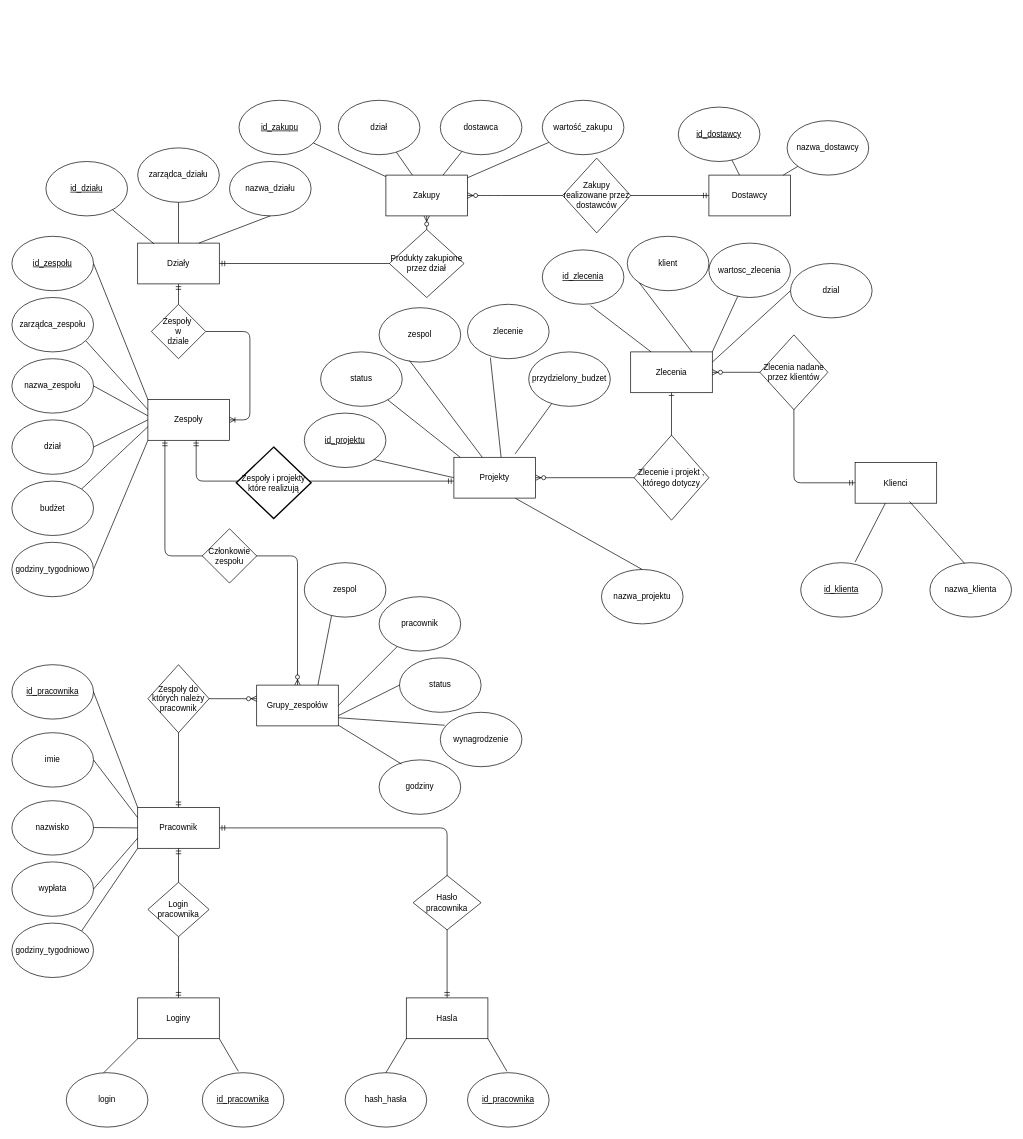
Before: ER_diagram.drawio in Cebulllaaa/Bazy, a draw.io diagram. Source tidied: cells renumbered, new cells numbered last; positions are measured from the earlier drawing's top-left corner, leaving out a move shared by most shapes. Both pictures are drawn from the tidied source at 68%, with x=0, y=0 at pixel (12, 100).
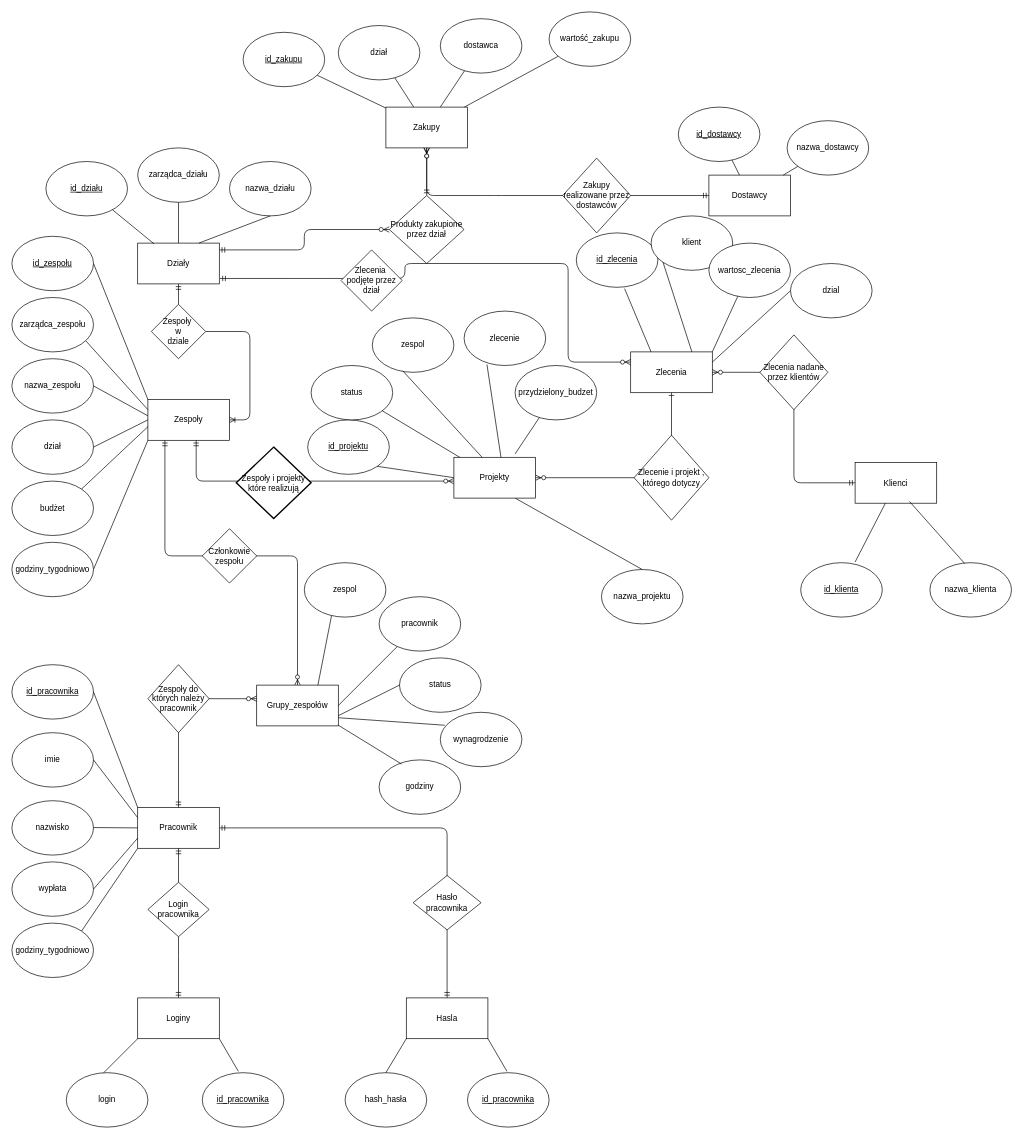
The same diagram, later.

The change refers to these unchanged cells:
```xml
<mxCell id="2" value="Działy" style="rounded=0;whiteSpace=wrap;html=1;" parent="1" vertex="1">
  <mxGeometry x="185" y="210" width="120" height="60" as="geometry" />
</mxCell>
<mxCell id="9" value="Zespoły" style="rounded=0;whiteSpace=wrap;html=1;" parent="1" vertex="1">
  <mxGeometry x="200" y="440" width="120" height="60" as="geometry" />
</mxCell>
<mxCell id="33" value="Zlecenia" style="rounded=0;whiteSpace=wrap;html=1;" parent="1" vertex="1">
  <mxGeometry x="910" y="370" width="120" height="60" as="geometry" />
</mxCell>
<mxCell id="51" value="Projekty" style="rounded=0;whiteSpace=wrap;html=1;" parent="1" vertex="1">
  <mxGeometry x="650" y="525" width="120" height="60" as="geometry" />
</mxCell>
```

What changed in the source:
```diff
@@
     <mxCell id="23" value="&lt;u&gt;id_projektu&lt;/u&gt;" style="ellipse;whiteSpace=wrap;html=1;" parent="1" vertex="1">
-      <mxGeometry x="430" y="460" width="120" height="80" as="geometry" />
+      <mxGeometry x="435" y="470" width="120" height="80" as="geometry" />
     </mxCell>
@@
     <mxCell id="27" value="zlecenie" style="ellipse;whiteSpace=wrap;html=1;" parent="1" vertex="1">
-      <mxGeometry x="670" y="300" width="120" height="80" as="geometry" />
+      <mxGeometry x="665" y="310" width="120" height="80" as="geometry" />
     </mxCell>
-    <mxCell id="28" style="edgeStyle=orthogonalEdgeStyle;fontSize=12;html=1;endArrow=ERmandOne;startArrow=ERmandOne;endFill=0;" parent="1" edge="1" source="51" target="9">
+    <mxCell id="28" style="edgeStyle=orthogonalEdgeStyle;fontSize=12;html=1;endArrow=ERmandOne;startArrow=ERzeroToMany;endFill=0;startFill=1;" parent="1" edge="1" source="51" target="9">
       <mxGeometry relative="1" as="geometry">
         <Array as="points">
           <mxPoint x="271" y="560" />
         </Array>
       </mxGeometry>
     </mxCell>
@@
     <mxCell id="30" value="zespol" style="ellipse;whiteSpace=wrap;html=1;" parent="1" vertex="1">
-      <mxGeometry x="540" y="305" width="120" height="80" as="geometry" />
+      <mxGeometry x="530" y="320" width="120" height="80" as="geometry" />
     </mxCell>
@@
     <mxCell id="34" value="status" style="ellipse;whiteSpace=wrap;html=1;" parent="1" vertex="1">
-      <mxGeometry x="454" y="370" width="120" height="80" as="geometry" />
+      <mxGeometry x="440" y="390" width="120" height="80" as="geometry" />
     </mxCell>
@@
     <mxCell id="38" value="&lt;u&gt;id_zlecenia&lt;/u&gt;" style="ellipse;whiteSpace=wrap;html=1;" parent="1" vertex="1">
-      <mxGeometry x="780" y="220" width="120" height="80" as="geometry" />
+      <mxGeometry x="830" y="195" width="120" height="80" as="geometry" />
     </mxCell>
@@
     <mxCell id="40" value="klient" style="ellipse;whiteSpace=wrap;html=1;" parent="1" vertex="1">
-      <mxGeometry x="905" y="200" width="120" height="80" as="geometry" />
+      <mxGeometry x="940" y="170" width="120" height="80" as="geometry" />
     </mxCell>
@@
     <mxCell id="94" value="przydzielony_budzet" style="ellipse;whiteSpace=wrap;html=1;" parent="1" vertex="1">
-      <mxGeometry x="760" y="370" width="120" height="80" as="geometry" />
+      <mxGeometry x="740" y="390" width="120" height="80" as="geometry" />
     </mxCell>
@@
     <mxCell id="96" value="Zakupy" style="rounded=0;whiteSpace=wrap;html=1;" parent="1" vertex="1">
-      <mxGeometry x="550" y="110" width="120" height="60" as="geometry" />
+      <mxGeometry x="550" y="10" width="120" height="60" as="geometry" />
     </mxCell>
-    <mxCell id="97" style="edgeStyle=orthogonalEdgeStyle;fontSize=12;html=1;endArrow=ERzeroToMany;endFill=1;startArrow=ERmandOne;startFill=0;" parent="1" edge="1" source="2" target="96">
+    <mxCell id="97" style="edgeStyle=orthogonalEdgeStyle;fontSize=12;html=1;endArrow=ERzeroToMany;endFill=1;startArrow=ERmandOne;startFill=0;" parent="1" edge="1" source="98" target="96">
       <mxGeometry relative="1" as="geometry">
         <Array as="points">
           <mxPoint x="610" y="240" />
         </Array>
       </mxGeometry>
     </mxCell>
-    <mxCell id="98" value="&lt;div&gt;Produkty zakupione&lt;/div&gt;&lt;div&gt;przez dział&lt;br&gt;&lt;/div&gt;" style="rhombus;whiteSpace=wrap;html=1;rounded=0;" parent="1" vertex="1">
-      <mxGeometry x="555" y="190" width="110" height="100" as="geometry" />
-    </mxCell>
@@
     <mxCell id="106" value="&lt;u&gt;id_zakupu&lt;/u&gt;" style="ellipse;whiteSpace=wrap;html=1;" parent="1" vertex="1">
-      <mxGeometry x="334" width="120" height="80" as="geometry" />
+      <mxGeometry x="340" y="-100" width="120" height="80" as="geometry" />
     </mxCell>
     <mxCell id="107" value="dział" style="ellipse;whiteSpace=wrap;html=1;" parent="1" vertex="1">
-      <mxGeometry x="480" width="120" height="80" as="geometry" />
+      <mxGeometry x="480" y="-110" width="120" height="80" as="geometry" />
     </mxCell>
     <mxCell id="108" value="dostawca" style="ellipse;whiteSpace=wrap;html=1;" parent="1" vertex="1">
-      <mxGeometry x="630" width="120" height="80" as="geometry" />
+      <mxGeometry x="630" y="-120" width="120" height="80" as="geometry" />
     </mxCell>
@@
     <mxCell id="113" value="wartość_zakupu" style="ellipse;whiteSpace=wrap;html=1;" parent="1" vertex="1">
-      <mxGeometry x="780" width="120" height="80" as="geometry" />
+      <mxGeometry x="790" y="-130" width="120" height="80" as="geometry" />
     </mxCell>
@@
+    <mxCell id="98" value="&lt;div&gt;Produkty zakupione&lt;/div&gt;&lt;div&gt;przez dział&lt;br&gt;&lt;/div&gt;" style="rhombus;whiteSpace=wrap;html=1;rounded=0;" parent="1" vertex="1">
+      <mxGeometry x="555" y="140" width="110" height="100" as="geometry" />
+    </mxCell>
+    <mxCell id="116" style="edgeStyle=orthogonalEdgeStyle;fontSize=12;html=1;endArrow=ERzeroToMany;endFill=1;startArrow=ERmandOne;startFill=0;" parent="1" edge="1" source="2" target="98">
+      <mxGeometry relative="1" as="geometry">
+        <Array as="points">
+          <mxPoint x="430" y="220" />
+          <mxPoint x="430" y="190" />
+        </Array>
+      </mxGeometry>
+    </mxCell>
+    <mxCell id="117" style="edgeStyle=orthogonalEdgeStyle;fontSize=12;html=1;endArrow=ERzeroToMany;endFill=1;startArrow=ERmandOne;startFill=0;exitX=1.008;exitY=0.867;exitDx=0;exitDy=0;exitPerimeter=0;entryX=0;entryY=0.25;entryDx=0;entryDy=0;" parent="1" edge="1" source="2" target="33">
+      <mxGeometry relative="1" as="geometry">
+        <Array as="points">
+          <mxPoint x="578" y="262" />
+          <mxPoint x="578" y="240" />
+          <mxPoint x="818" y="240" />
+          <mxPoint x="818" y="385" />
+        </Array>
+      </mxGeometry>
+    </mxCell>
+    <mxCell id="118" value="Zlecenia&amp;nbsp;&lt;br&gt;podjęte przez&lt;br&gt;dział" style="rhombus;whiteSpace=wrap;html=1;" parent="1" vertex="1">
+      <mxGeometry x="484" y="220" width="90" height="90" as="geometry" />
+    </mxCell>
```
